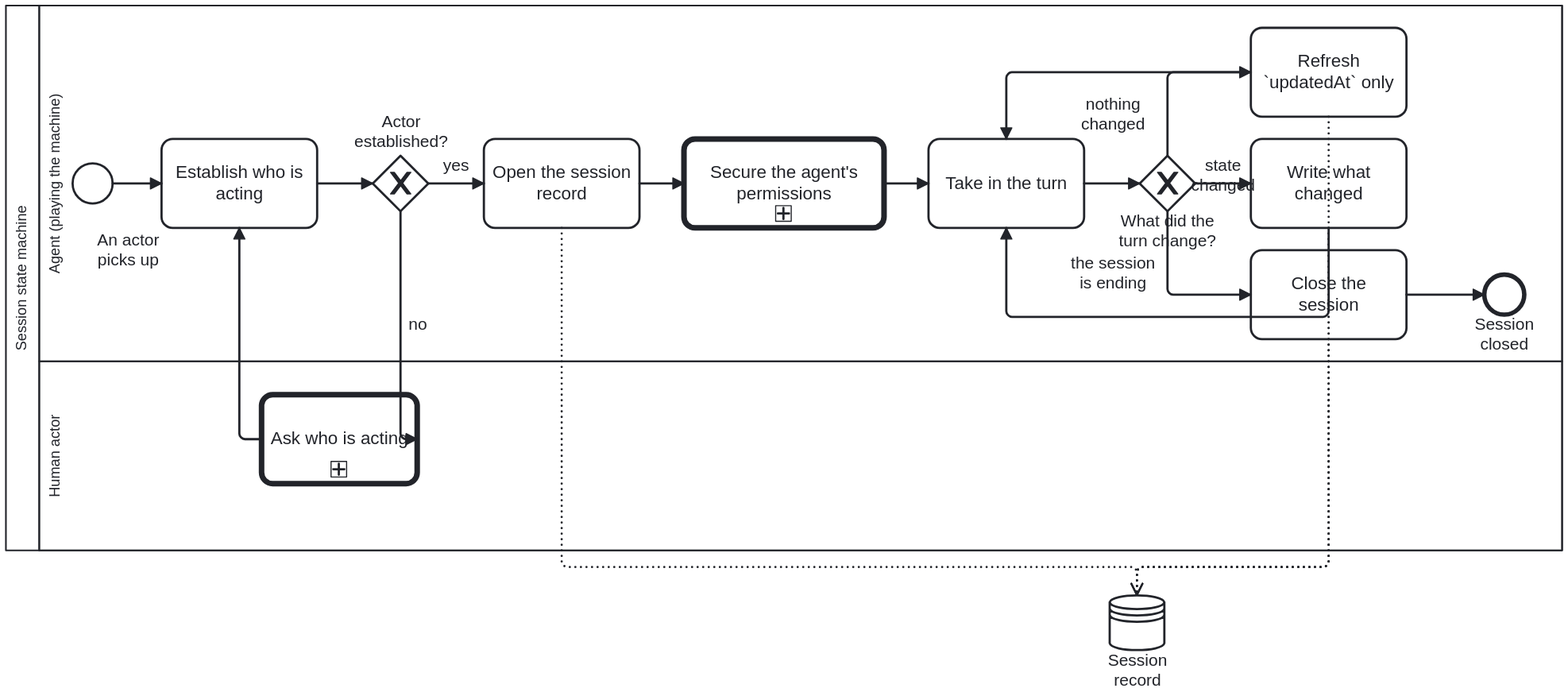
This is docs/assets/img/workflows/session-state-machine.svg from litlfred/cat-harness, a BPMN export, as it was before one commit. Its source is kept beside it as processes/process/session-state-machine.bpmn. Ids are renumbered.
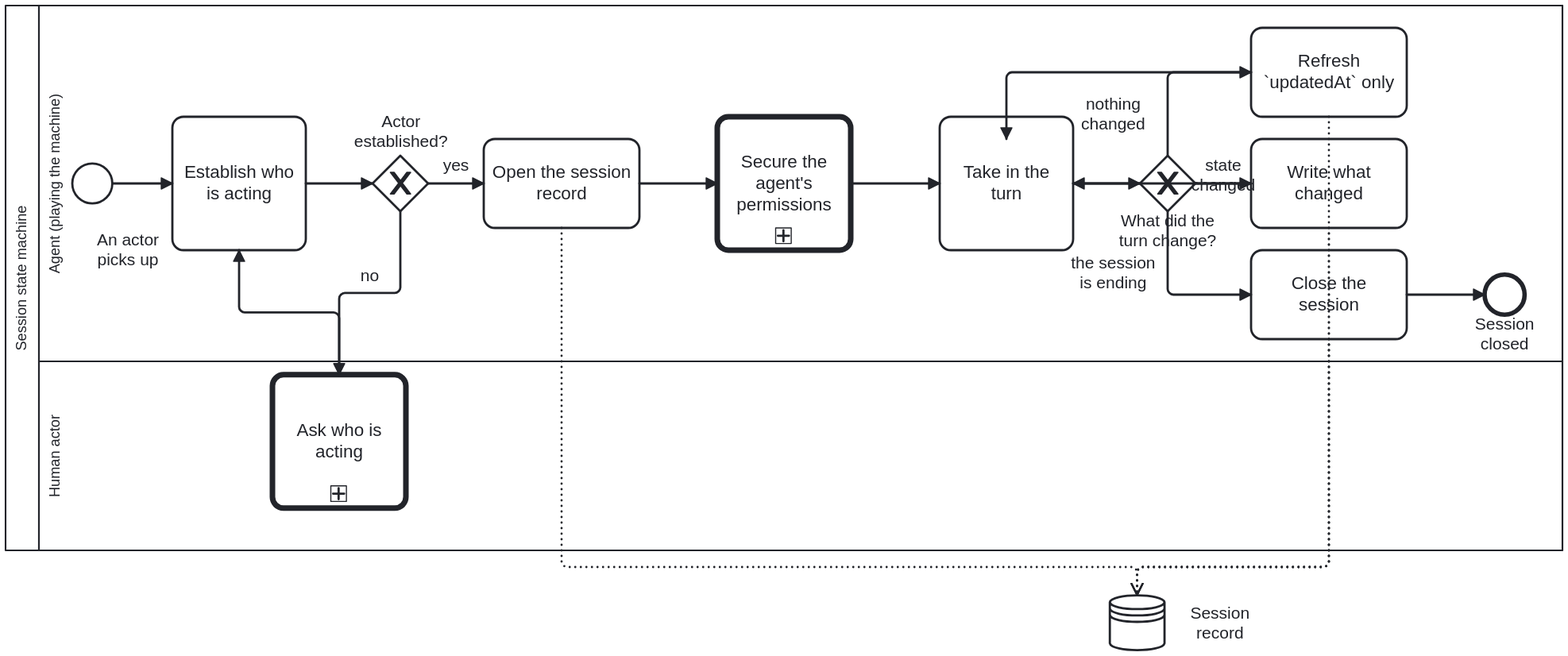
The same file after the commit.

The edit, as a diff of the source:
```diff
@@ -222,26 +222,26 @@
 
       <bpmndi:BPMNShape id="Shape_Start_Session" bpmnElement="Start_Session">
         <dc:Bounds x="220" y="222" width="36" height="36" />
-        <bpmndi:BPMNLabel><dc:Bounds x="225.01" y="281.5" width="90" height="36" /></bpmndi:BPMNLabel>
-      </bpmndi:BPMNShape>
+
+      <bpmndi:BPMNLabel><dc:Bounds x="225.01" y="281.5" width="90" height="36" /></bpmndi:BPMNLabel></bpmndi:BPMNShape>
       <bpmndi:BPMNShape id="Shape_A_IdentifyActor" bpmnElement="A_IdentifyActor">
-        <dc:Bounds x="300" y="200" width="140" height="80" />
+        <dc:Bounds x="310" y="180" width="120" height="120" />
       </bpmndi:BPMNShape>
       <bpmndi:BPMNShape id="Shape_Gateway_ActorKnown" bpmnElement="Gateway_ActorKnown" isMarkerVisible="true">
         <dc:Bounds x="490" y="215" width="50" height="50" />
 
       <bpmndi:BPMNLabel><dc:Bounds x="470" y="176" width="90" height="35" /></bpmndi:BPMNLabel></bpmndi:BPMNShape>
       <bpmndi:BPMNShape id="Shape_A_AskWhoIsActing" bpmnElement="A_AskWhoIsActing">
-        <dc:Bounds x="390" y="430" width="140" height="80" />
+        <dc:Bounds x="400" y="412" width="120" height="120" />
       </bpmndi:BPMNShape>
       <bpmndi:BPMNShape id="Shape_A_OpenSession" bpmnElement="A_OpenSession">
         <dc:Bounds x="590" y="200" width="140" height="80" />
       </bpmndi:BPMNShape>
       <bpmndi:BPMNShape id="Shape_Call_SecurePermissions" bpmnElement="Call_SecurePermissions">
-        <dc:Bounds x="770" y="200" width="180" height="80" />
+        <dc:Bounds x="800" y="180" width="120" height="120" />
       </bpmndi:BPMNShape>
       <bpmndi:BPMNShape id="Shape_A_ReadTurn" bpmnElement="A_ReadTurn">
-        <dc:Bounds x="990" y="200" width="140" height="80" />
+        <dc:Bounds x="1000" y="180" width="120" height="120" />
       </bpmndi:BPMNShape>
       <bpmndi:BPMNShape id="Shape_Gateway_TurnEffect" bpmnElement="Gateway_TurnEffect" isMarkerVisible="true">
         <dc:Bounds x="1180" y="215" width="50" height="50" />
@@ -261,21 +261,23 @@
 
       <bpmndi:BPMNEdge id="Edge_F_1" bpmnElement="F_1">
         <di:waypoint x="256" y="240" />
-        <di:waypoint x="300" y="240" />
+        <di:waypoint x="310" y="240" />
       </bpmndi:BPMNEdge>
       <bpmndi:BPMNEdge id="Edge_F_2" bpmnElement="F_2">
-        <di:waypoint x="440" y="240" />
+        <di:waypoint x="430" y="240" />
         <di:waypoint x="490" y="240" />
       </bpmndi:BPMNEdge>
       <bpmndi:BPMNEdge id="Edge_F_3" bpmnElement="F_3">
         <di:waypoint x="515" y="265" />
-        <di:waypoint x="515" y="470" />
-        <di:waypoint x="530" y="470" />
+        <di:waypoint x="515" y="338.5" />
+        <di:waypoint x="460" y="338.5" />
+        <di:waypoint x="460" y="412" />
       </bpmndi:BPMNEdge>
       <bpmndi:BPMNEdge id="Edge_F_4" bpmnElement="F_4">
-        <di:waypoint x="390" y="470" />
-        <di:waypoint x="370" y="470" />
-        <di:waypoint x="370" y="280" />
+        <di:waypoint x="460" y="412" />
+        <di:waypoint x="460" y="356" />
+        <di:waypoint x="370" y="356" />
+        <di:waypoint x="370" y="300" />
       </bpmndi:BPMNEdge>
       <bpmndi:BPMNEdge id="Edge_F_5" bpmnElement="F_5">
         <di:waypoint x="540" y="240" />
@@ -283,14 +285,14 @@
       </bpmndi:BPMNEdge>
       <bpmndi:BPMNEdge id="Edge_F_6" bpmnElement="F_6">
         <di:waypoint x="730" y="240" />
-        <di:waypoint x="770" y="240" />
+        <di:waypoint x="800" y="240" />
       </bpmndi:BPMNEdge>
       <bpmndi:BPMNEdge id="Edge_F_6b" bpmnElement="F_6b">
-        <di:waypoint x="950" y="240" />
-        <di:waypoint x="990" y="240" />
+        <di:waypoint x="920" y="240" />
+        <di:waypoint x="1000" y="240" />
       </bpmndi:BPMNEdge>
       <bpmndi:BPMNEdge id="Edge_F_7" bpmnElement="F_7">
-        <di:waypoint x="1130" y="240" />
+        <di:waypoint x="1120" y="240" />
         <di:waypoint x="1180" y="240" />
       </bpmndi:BPMNEdge>
       <bpmndi:BPMNEdge id="Edge_F_8" bpmnElement="F_8">
@@ -309,10 +311,8 @@
         <di:waypoint x="1280" y="240" />
       </bpmndi:BPMNEdge>
       <bpmndi:BPMNEdge id="Edge_F_11" bpmnElement="F_11">
-        <di:waypoint x="1350" y="280" />
-        <di:waypoint x="1350" y="360" />
-        <di:waypoint x="1060" y="360" />
-        <di:waypoint x="1060" y="280" />
+        <di:waypoint x="1280" y="240" />
+        <di:waypoint x="1120" y="240" />
       </bpmndi:BPMNEdge>
       <bpmndi:BPMNEdge id="Edge_F_12" bpmnElement="F_12">
         <di:waypoint x="1205" y="265" />
@@ -324,7 +324,9 @@
         <di:waypoint x="1420" y="340" />
         <di:waypoint x="1490" y="340" />
       </bpmndi:BPMNEdge>
-      <bpmndi:BPMNShape id="Shape_DSR_session_record" bpmnElement="DSR_session_record"><dc:Bounds x="1152.5" y="610" width="50" height="50"/></bpmndi:BPMNShape>
+      <bpmndi:BPMNShape id="Shape_DSR_session_record" bpmnElement="DSR_session_record"><dc:Bounds x="1152.5" y="610" width="50" height="50" />
+        <bpmndi:BPMNLabel><dc:Bounds x="1206.5" y="617.5" width="90" height="35" /></bpmndi:BPMNLabel>
+      </bpmndi:BPMNShape>
       <bpmndi:BPMNEdge id="Edge_DOA_A_OpenSession" bpmnElement="DOA_A_OpenSession"><di:waypoint x="660" y="280"/><di:waypoint x="660" y="585"/><di:waypoint x="1177.5" y="585"/><di:waypoint x="1177.5" y="610"/></bpmndi:BPMNEdge>
       <bpmndi:BPMNEdge id="Edge_DOA_A_Touch" bpmnElement="DOA_A_Touch"><di:waypoint x="1350" y="180"/><di:waypoint x="1350" y="585"/><di:waypoint x="1177.5" y="585"/><di:waypoint x="1177.5" y="610"/></bpmndi:BPMNEdge>
       <bpmndi:BPMNEdge id="Edge_DOA_A_UpdateSession" bpmnElement="DOA_A_UpdateSession"><di:waypoint x="1350" y="280"/><di:waypoint x="1350" y="585"/><di:waypoint x="1177.5" y="585"/><di:waypoint x="1177.5" y="610"/></bpmndi:BPMNEdge>
```
